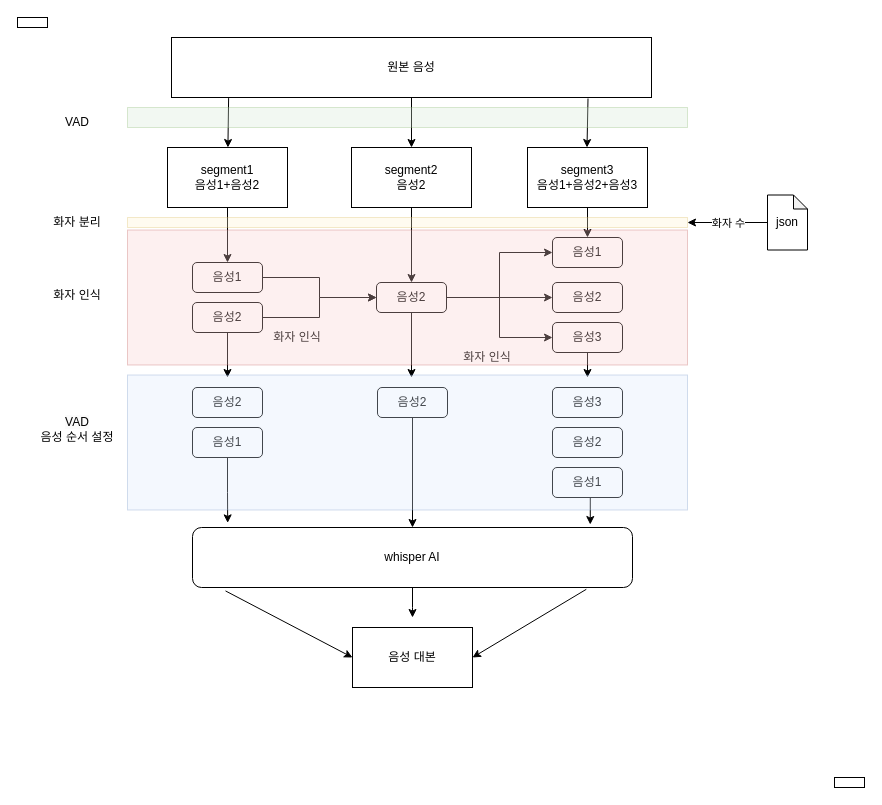
This is NLP/음성 분리 진행도.drawio from wonchul98/audio-to-summary, a draw.io file, before an edit. Source tidied: cells renumbered, new cells numbered last; positions are measured from the earlier drawing's top-left corner, leaving out a move shared by most shapes. Both pictures are drawn from the tidied source at 100%, with x=0, y=0 at pixel (17, 17).
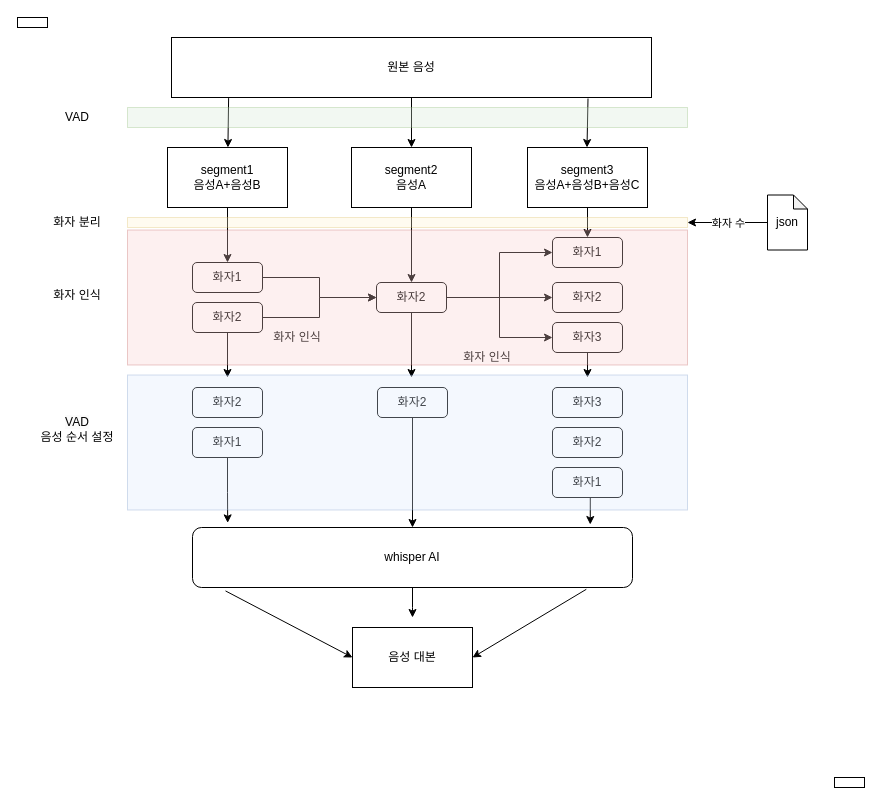
The same diagram, later.

Diff of the diagram source:
```diff
@@
-    <mxCell id="3" value="segment1&lt;br&gt;음성1+음성2" style="rounded=0;whiteSpace=wrap;html=1;" parent="1" vertex="1">
+    <mxCell id="3" value="segment1&lt;br&gt;음성A+음성B" style="rounded=0;whiteSpace=wrap;html=1;" parent="1" vertex="1">
       <mxGeometry x="150" y="130" width="120" height="60" as="geometry" />
     </mxCell>
@@
-    <mxCell id="5" value="segment2&lt;br&gt;음성2" style="rounded=0;whiteSpace=wrap;html=1;" parent="1" vertex="1">
+    <mxCell id="5" value="segment2&lt;br&gt;음성A" style="rounded=0;whiteSpace=wrap;html=1;" parent="1" vertex="1">
       <mxGeometry x="334" y="130" width="120" height="60" as="geometry" />
     </mxCell>
@@
-    <mxCell id="7" value="음성1" style="rounded=1;whiteSpace=wrap;html=1;" parent="1" vertex="1">
+    <mxCell id="7" value="화자1" style="rounded=1;whiteSpace=wrap;html=1;" parent="1" vertex="1">
       <mxGeometry x="175" y="245" width="70" height="30" as="geometry" />
     </mxCell>
@@
-    <mxCell id="10" value="음성2" style="rounded=1;whiteSpace=wrap;html=1;" parent="1" vertex="1">
+    <mxCell id="10" value="화자2" style="rounded=1;whiteSpace=wrap;html=1;" parent="1" vertex="1">
       <mxGeometry x="175" y="285" width="70" height="30" as="geometry" />
     </mxCell>
@@
-    <mxCell id="15" value="음성2" style="rounded=1;whiteSpace=wrap;html=1;" parent="1" vertex="1">
+    <mxCell id="15" value="화자2" style="rounded=1;whiteSpace=wrap;html=1;" parent="1" vertex="1">
       <mxGeometry x="359" y="265" width="70" height="30" as="geometry" />
     </mxCell>
@@
-    <mxCell id="18" value="segment3&lt;br&gt;음성1+음성2+음성3" style="rounded=0;whiteSpace=wrap;html=1;" parent="1" vertex="1">
+    <mxCell id="18" value="segment3&lt;br&gt;음성A+음성B+음성C" style="rounded=0;whiteSpace=wrap;html=1;" parent="1" vertex="1">
       <mxGeometry x="510" y="130" width="120" height="60" as="geometry" />
     </mxCell>
-    <mxCell id="19" value="음성1" style="rounded=1;whiteSpace=wrap;html=1;" parent="1" vertex="1">
+    <mxCell id="19" value="화자1" style="rounded=1;whiteSpace=wrap;html=1;" parent="1" vertex="1">
       <mxGeometry x="535" y="220" width="70" height="30" as="geometry" />
     </mxCell>
-    <mxCell id="20" value="음성2" style="rounded=1;whiteSpace=wrap;html=1;" parent="1" vertex="1">
+    <mxCell id="20" value="화자2" style="rounded=1;whiteSpace=wrap;html=1;" parent="1" vertex="1">
       <mxGeometry x="535" y="265" width="70" height="30" as="geometry" />
     </mxCell>
@@
-    <mxCell id="22" value="음성3" style="rounded=1;whiteSpace=wrap;html=1;" parent="1" vertex="1">
+    <mxCell id="22" value="화자3" style="rounded=1;whiteSpace=wrap;html=1;" parent="1" vertex="1">
       <mxGeometry x="535" y="305" width="70" height="30" as="geometry" />
     </mxCell>
@@
     <mxCell id="29" value="VAD" style="text;html=1;strokeColor=none;fillColor=none;align=center;verticalAlign=middle;whiteSpace=wrap;rounded=0;" parent="1" vertex="1">
-      <mxGeometry x="30" y="90" width="60" height="30" as="geometry" />
+      <mxGeometry x="30" y="85" width="60" height="30" as="geometry" />
     </mxCell>
@@
-    <mxCell id="31" value="음성2" style="rounded=1;whiteSpace=wrap;html=1;" parent="1" vertex="1">
+    <mxCell id="31" value="화자2" style="rounded=1;whiteSpace=wrap;html=1;" parent="1" vertex="1">
       <mxGeometry x="175" y="370" width="70" height="30" as="geometry" />
     </mxCell>
@@
-    <mxCell id="33" value="음성1" style="rounded=1;whiteSpace=wrap;html=1;" parent="1" vertex="1">
+    <mxCell id="33" value="화자1" style="rounded=1;whiteSpace=wrap;html=1;" parent="1" vertex="1">
       <mxGeometry x="175" y="410" width="70" height="30" as="geometry" />
     </mxCell>
@@
-    <mxCell id="35" value="음성2" style="rounded=1;whiteSpace=wrap;html=1;" parent="1" vertex="1">
+    <mxCell id="35" value="화자2" style="rounded=1;whiteSpace=wrap;html=1;" parent="1" vertex="1">
       <mxGeometry x="360" y="370" width="70" height="30" as="geometry" />
     </mxCell>
-    <mxCell id="36" value="음성3" style="rounded=1;whiteSpace=wrap;html=1;" parent="1" vertex="1">
+    <mxCell id="36" value="화자3" style="rounded=1;whiteSpace=wrap;html=1;" parent="1" vertex="1">
       <mxGeometry x="535" y="370" width="70" height="30" as="geometry" />
     </mxCell>
-    <mxCell id="37" value="음성2" style="rounded=1;whiteSpace=wrap;html=1;" parent="1" vertex="1">
+    <mxCell id="37" value="화자2" style="rounded=1;whiteSpace=wrap;html=1;" parent="1" vertex="1">
       <mxGeometry x="535" y="410" width="70" height="30" as="geometry" />
     </mxCell>
@@
-    <mxCell id="39" value="음성1" style="rounded=1;whiteSpace=wrap;html=1;" parent="1" vertex="1">
+    <mxCell id="39" value="화자1" style="rounded=1;whiteSpace=wrap;html=1;" parent="1" vertex="1">
       <mxGeometry x="535" y="450" width="70" height="30" as="geometry" />
     </mxCell>
```
